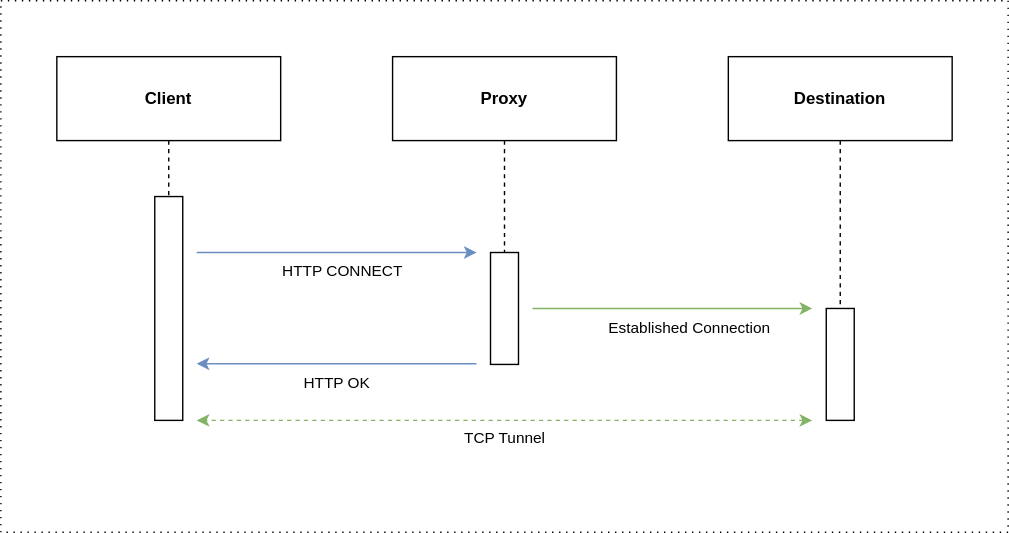
This is static/images/http-connect2.drawio.svg from Cori1109/Cori1109.github.io, a draw.io export, as it was before one commit. Source tidied: cells renumbered, new cells last; positions are measured from the earlier drawing's top-left corner, leaving out a move shared by most shapes.
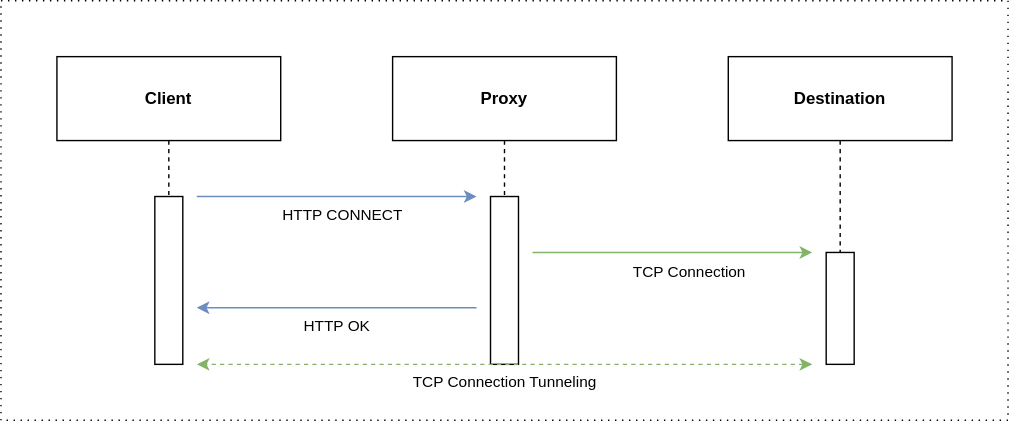
The same diagram one commit later.

Commit message:
deploy: Sun 14 Feb 2021 21:12:31 AEDT

Diff of the diagram source:
```diff
@@ -3,22 +3,22 @@
     <mxCell id="0" />
     <mxCell id="1" parent="0" />
     <mxCell id="2" style="rounded=0;whiteSpace=wrap;html=1;noLabel=1;fontColor=none;fillColor=none;dashed=1;dashPattern=1 4;" parent="1" vertex="1">
-      <mxGeometry width="720" height="380" as="geometry" />
+      <mxGeometry width="720" height="300" as="geometry" />
     </mxCell>
     <mxCell id="3" value="Client" style="shape=rect;html=1;whiteSpace=wrap;align=center;fontStyle=1;" parent="1" vertex="1">
       <mxGeometry x="40" y="40" width="160" height="60" as="geometry" />
     </mxCell>
     <mxCell id="4" style="edgeStyle=orthogonalEdgeStyle;rounded=0;orthogonalLoop=1;jettySize=auto;html=1;fillColor=#dae8fc;strokeColor=#6c8ebf;" parent="1" edge="1">
       <mxGeometry relative="1" as="geometry">
-        <mxPoint x="140" y="180" as="sourcePoint" />
-        <mxPoint x="340" y="180" as="targetPoint" />
+        <mxPoint x="140" y="140" as="sourcePoint" />
+        <mxPoint x="340" y="140" as="targetPoint" />
       </mxGeometry>
     </mxCell>
     <mxCell id="5" value="HTTP CONNECT" style="edgeLabel;html=1;align=center;verticalAlign=top;" parent="4" vertex="1">
       <mxGeometry x="0.03" relative="1" as="geometry" />
     </mxCell>
     <mxCell id="6" style="shape=rect;html=1;fillColor=#FFFFFF;" parent="1" vertex="1">
-      <mxGeometry x="110" y="140" width="20" height="160" as="geometry" />
+      <mxGeometry x="110" y="140" width="20" height="120" as="geometry" />
     </mxCell>
     <mxCell id="7" style="edgeStyle=none;html=1;dashed=1;endArrow=none;" parent="1" edge="1" source="3" target="6">
       <mxGeometry relative="1" as="geometry" />
@@ -31,21 +31,21 @@
     </mxCell>
     <mxCell id="10" value="HTTP OK" style="edgeStyle=orthogonalEdgeStyle;rounded=0;orthogonalLoop=1;jettySize=auto;html=1;verticalAlign=top;fillColor=#dae8fc;strokeColor=#6c8ebf;" parent="1" edge="1">
       <mxGeometry relative="1" as="geometry">
-        <mxPoint x="340" y="259.5" as="sourcePoint" />
-        <mxPoint x="140" y="259.5" as="targetPoint" />
+        <mxPoint x="340" y="219.5" as="sourcePoint" />
+        <mxPoint x="140" y="219.5" as="targetPoint" />
       </mxGeometry>
     </mxCell>
     <mxCell id="11" style="edgeStyle=orthogonalEdgeStyle;rounded=0;orthogonalLoop=1;jettySize=auto;html=1;fillColor=#d5e8d4;strokeColor=#82b366;" parent="1" edge="1">
       <mxGeometry relative="1" as="geometry">
-        <mxPoint x="380" y="220" as="sourcePoint" />
-        <mxPoint x="580" y="220" as="targetPoint" />
+        <mxPoint x="380" y="180" as="sourcePoint" />
+        <mxPoint x="580" y="180" as="targetPoint" />
       </mxGeometry>
     </mxCell>
-    <mxCell id="12" value="Established Connection" style="edgeLabel;html=1;align=center;verticalAlign=top;" parent="11" vertex="1">
+    <mxCell id="12" value="TCP Connection" style="edgeLabel;html=1;align=center;verticalAlign=top;" parent="11" vertex="1">
       <mxGeometry x="0.11" y="-1" relative="1" as="geometry" />
     </mxCell>
     <mxCell id="13" style="shape=rect;html=1;fillColor=#FFFFFF;" parent="1" vertex="1">
-      <mxGeometry x="350" y="180" width="20" height="80" as="geometry" />
+      <mxGeometry x="350" y="140" width="20" height="120" as="geometry" />
     </mxCell>
     <mxCell id="14" style="edgeStyle=none;html=1;dashed=1;endArrow=none;" parent="1" edge="1" target="13">
       <mxGeometry relative="1" as="geometry">
@@ -53,17 +53,17 @@
       </mxGeometry>
     </mxCell>
     <mxCell id="15" style="shape=rect;html=1;fillColor=#FFFFFF;" parent="1" vertex="1">
-      <mxGeometry x="590" y="220" width="20" height="80" as="geometry" />
+      <mxGeometry x="590" y="180" width="20" height="80" as="geometry" />
     </mxCell>
     <mxCell id="16" style="edgeStyle=none;html=1;dashed=1;endArrow=none;" parent="1" edge="1" target="15">
       <mxGeometry relative="1" as="geometry">
         <mxPoint x="600" y="100" as="sourcePoint" />
       </mxGeometry>
     </mxCell>
-    <mxCell id="17" value="TCP Tunnel" style="edgeStyle=orthogonalEdgeStyle;rounded=0;orthogonalLoop=1;jettySize=auto;html=1;startArrow=classic;startFill=1;dashed=1;fillColor=#d5e8d4;strokeColor=#82b366;verticalAlign=top;" parent="1" edge="1">
+    <mxCell id="17" value="TCP Connection Tunneling" style="edgeStyle=orthogonalEdgeStyle;rounded=0;orthogonalLoop=1;jettySize=auto;html=1;startArrow=classic;startFill=1;dashed=1;fillColor=#d5e8d4;strokeColor=#82b366;verticalAlign=top;" parent="1" edge="1">
       <mxGeometry relative="1" as="geometry">
-        <mxPoint x="580" y="300" as="sourcePoint" />
-        <mxPoint x="140" y="300" as="targetPoint" />
+        <mxPoint x="580" y="260" as="sourcePoint" />
+        <mxPoint x="140" y="260" as="targetPoint" />
       </mxGeometry>
     </mxCell>
   </root>
```
